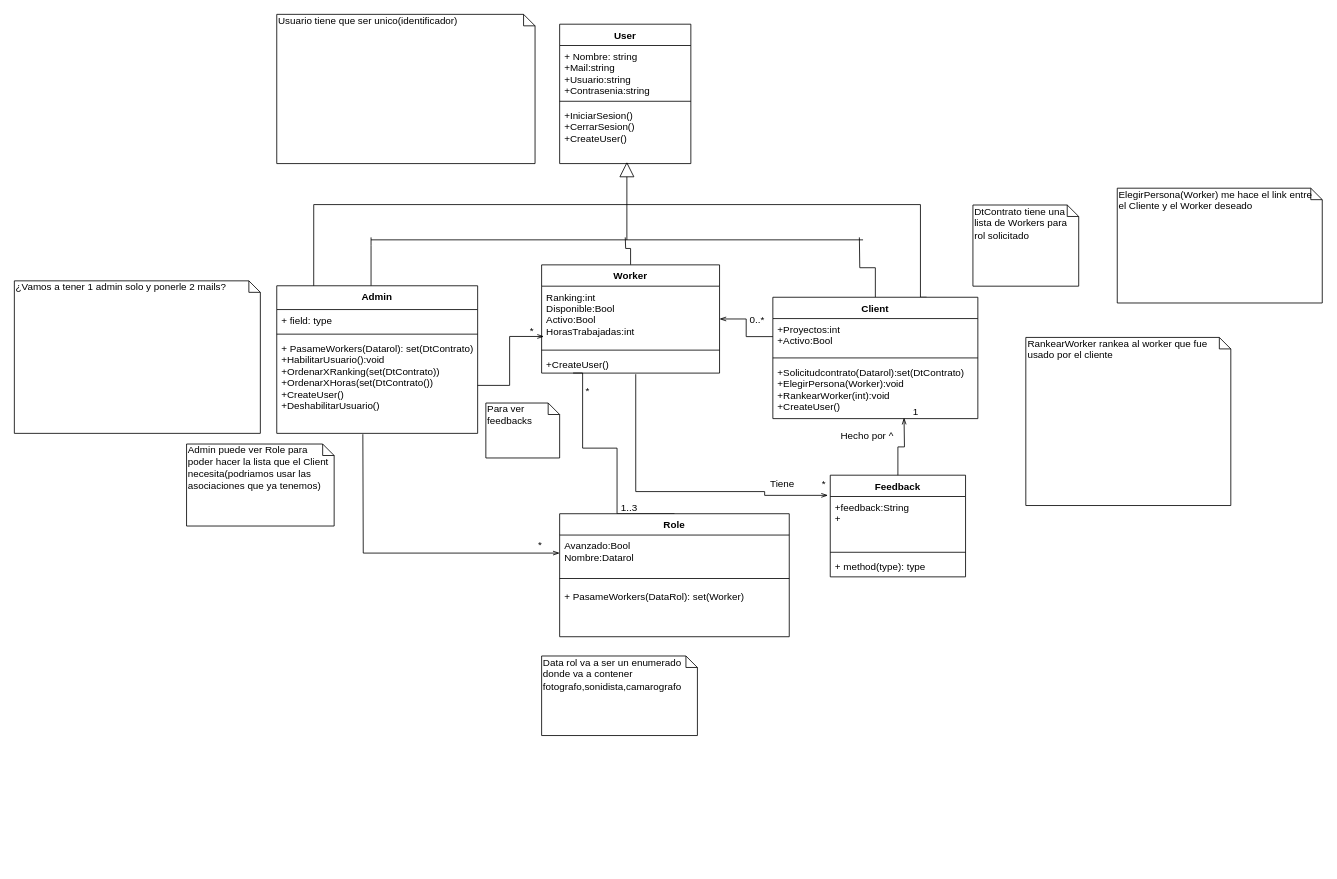
ucudal/pii_2019_equipo8 keeps this draw.io diagram as Ignis.drawio. Above is the earlier version. Source tidied: cells renumbered, new cells numbered last; positions are measured from the earlier drawing's top-left corner, leaving out a move shared by most shapes. Both pictures are drawn from the tidied source at 82%, with x=0, y=0 at pixel (14, 14).
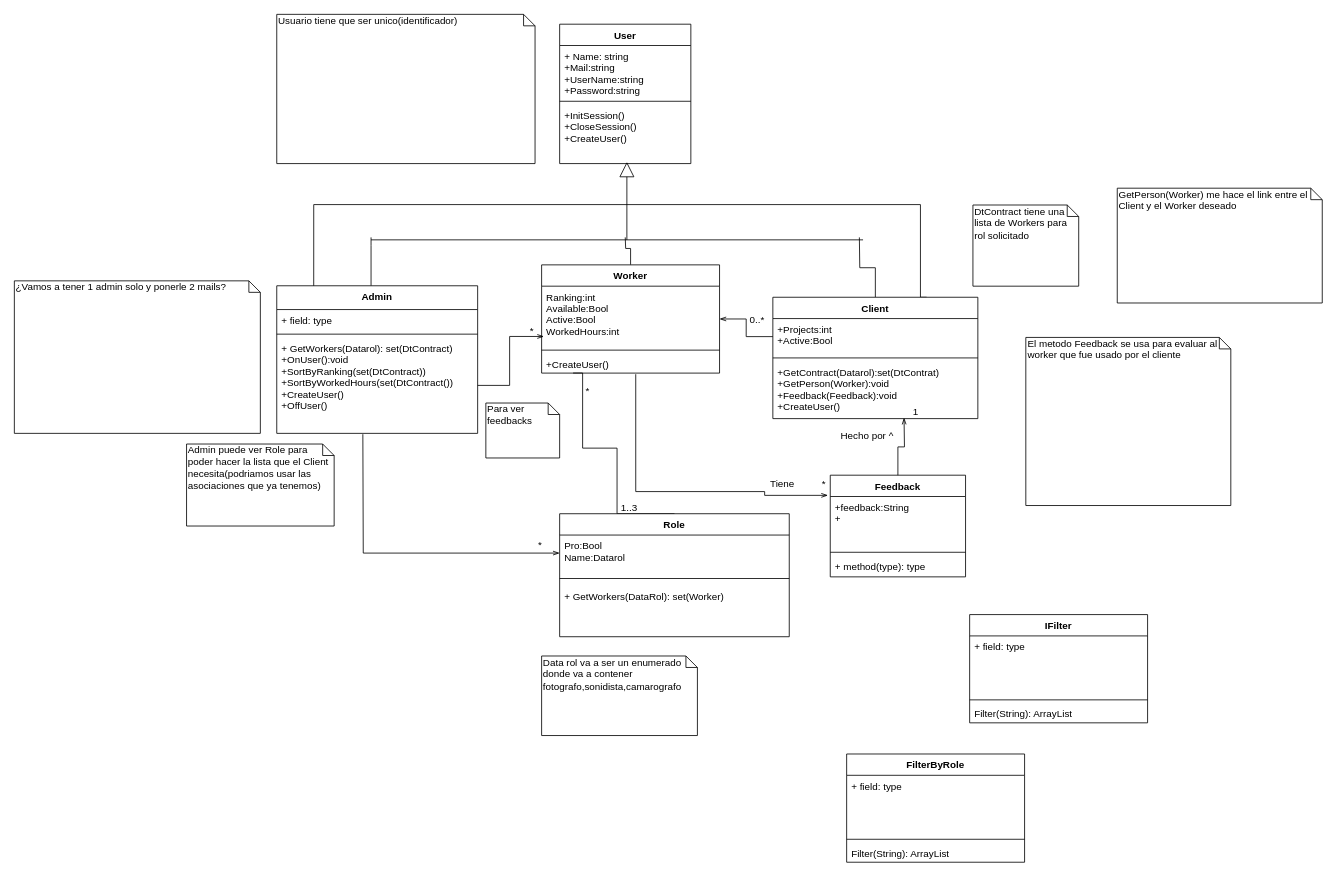
Above is the later version.

Commit message (it also covers changes not shown here):
Agregue 2 txt y modifique el esquema

The change refers to these unchanged cells:
```xml
<mxCell id="2" value="User" style="swimlane;fontStyle=1;align=center;verticalAlign=top;horizontal=1;startSize=26;" parent="1" vertex="1">
  <mxGeometry x="665" y="12" width="160" height="170" as="geometry" />
</mxCell>
<mxCell id="10" value="Worker" style="swimlane;fontStyle=1;align=center;verticalAlign=top;horizontal=1;startSize=26;" parent="1" vertex="1">
  <mxGeometry x="643" y="305.5" width="217" height="132" as="geometry" />
</mxCell>
<mxCell id="16" value="Client" style="swimlane;fontStyle=1;align=center;verticalAlign=top;horizontal=1;startSize=26;" parent="1" vertex="1">
  <mxGeometry x="925" y="345" width="250" height="148" as="geometry" />
</mxCell>
<mxCell id="45" value="Admin" style="swimlane;fontStyle=1;align=center;verticalAlign=top;horizontal=1;startSize=29;" parent="44" vertex="1">
  <mxGeometry width="245" height="180" as="geometry" />
</mxCell>
<mxCell id="49" value="Role" style="swimlane;fontStyle=1;align=center;verticalAlign=top;horizontal=1;startSize=26;" parent="44" vertex="1">
  <mxGeometry x="345" y="278" width="280" height="150" as="geometry" />
</mxCell>
```

Diff of the diagram source:
```diff
@@
-    <mxCell id="3" value="+ Nombre: string&#10;+Mail:string&#10;+Usuario:string&#10;+Contrasenia:string&#10;" style="text;strokeColor=none;fillColor=none;align=left;verticalAlign=top;spacingLeft=4;spacingRight=4;overflow=hidden;" parent="2" vertex="1">
+    <mxCell id="3" value="+ Name: string&#10;+Mail:string&#10;+UserName:string&#10;+Password:string&#10;" style="text;strokeColor=none;fillColor=none;align=left;verticalAlign=top;spacingLeft=4;spacingRight=4;overflow=hidden;" parent="2" vertex="1">
       <mxGeometry y="26" width="160" height="64" as="geometry" />
     </mxCell>
@@
-    <mxCell id="5" value="+IniciarSesion()&#10;+CerrarSesion()&#10;+CreateUser()" style="text;strokeColor=none;fillColor=none;align=left;verticalAlign=top;spacingLeft=4;spacingRight=4;overflow=hidden;" parent="2" vertex="1">
+    <mxCell id="5" value="+InitSession()&#10;+CloseSession()&#10;+CreateUser()" style="text;strokeColor=none;fillColor=none;align=left;verticalAlign=top;spacingLeft=4;spacingRight=4;overflow=hidden;" parent="2" vertex="1">
       <mxGeometry y="98" width="160" height="72" as="geometry" />
     </mxCell>
@@
-    <mxCell id="11" value="Ranking:int&#10;Disponible:Bool&#10;Activo:Bool&#10;HorasTrabajadas:int&#10;" style="text;strokeColor=none;fillColor=none;align=left;verticalAlign=top;spacingLeft=4;spacingRight=4;overflow=hidden;points=[[0,0.5],[1,0.5]];portConstraint=eastwest;" parent="10" vertex="1">
+    <mxCell id="11" value="Ranking:int&#10;Available:Bool&#10;Active:Bool&#10;WorkedHours:int&#10;" style="text;strokeColor=none;fillColor=none;align=left;verticalAlign=top;spacingLeft=4;spacingRight=4;overflow=hidden;points=[[0,0.5],[1,0.5]];portConstraint=eastwest;" parent="10" vertex="1">
       <mxGeometry y="26" width="217" height="74" as="geometry" />
     </mxCell>
@@
-    <mxCell id="17" value="+Proyectos:int&#10;+Activo:Bool&#10;" style="text;strokeColor=none;fillColor=none;align=left;verticalAlign=top;spacingLeft=4;spacingRight=4;overflow=hidden;points=[[0,0.5],[1,0.5]];portConstraint=eastwest;" parent="16" vertex="1">
+    <mxCell id="17" value="+Projects:int&#10;+Active:Bool&#10;" style="text;strokeColor=none;fillColor=none;align=left;verticalAlign=top;spacingLeft=4;spacingRight=4;overflow=hidden;points=[[0,0.5],[1,0.5]];portConstraint=eastwest;" parent="16" vertex="1">
       <mxGeometry y="26" width="250" height="44" as="geometry" />
     </mxCell>
@@
-    <mxCell id="19" value="+Solicitudcontrato(Datarol):set(DtContrato)&#10;+ElegirPersona(Worker):void&#10;+RankearWorker(int):void&#10;+CreateUser()&#10;" style="text;strokeColor=none;fillColor=none;align=left;verticalAlign=top;spacingLeft=4;spacingRight=4;overflow=hidden;" parent="16" vertex="1">
+    <mxCell id="19" value="+GetContract(Datarol):set(DtContrat)&#10;+GetPerson(Worker):void&#10;+Feedback(Feedback):void&#10;+CreateUser()&#10;" style="text;strokeColor=none;fillColor=none;align=left;verticalAlign=top;spacingLeft=4;spacingRight=4;overflow=hidden;" parent="16" vertex="1">
       <mxGeometry y="78" width="250" height="70" as="geometry" />
     </mxCell>
@@
-    <mxCell id="33" value="DtContrato tiene una lista de Workers para rol solicitado" style="shape=note;whiteSpace=wrap;html=1;size=14;verticalAlign=top;align=left;spacingTop=-6;" parent="1" vertex="1">
+    <mxCell id="33" value="DtContract&amp;nbsp;tiene una lista de Workers para rol solicitado" style="shape=note;whiteSpace=wrap;html=1;size=14;verticalAlign=top;align=left;spacingTop=-6;" parent="1" vertex="1">
       <mxGeometry x="1169" y="232.5" width="129" height="99" as="geometry" />
     </mxCell>
@@
-    <mxCell id="38" value="RankearWorker rankea al worker que fue usado por el cliente" style="shape=note;whiteSpace=wrap;html=1;size=14;verticalAlign=top;align=left;spacingTop=-6;" parent="1" vertex="1">
+    <mxCell id="38" value="El metodo Feedback se usa para evaluar al worker que fue usado por el cliente" style="shape=note;whiteSpace=wrap;html=1;size=14;verticalAlign=top;align=left;spacingTop=-6;" parent="1" vertex="1">
       <mxGeometry x="1233.5" y="394" width="250" height="205" as="geometry" />
     </mxCell>
@@
-    <mxCell id="41" value="ElegirPersona(Worker) me hace el link entre el Cliente y el Worker deseado" style="shape=note;whiteSpace=wrap;html=1;size=14;verticalAlign=top;align=left;spacingTop=-6;" parent="1" vertex="1">
+    <mxCell id="41" value="GetPerson(Worker) me hace el link entre el Client y el Worker deseado" style="shape=note;whiteSpace=wrap;html=1;size=14;verticalAlign=top;align=left;spacingTop=-6;" parent="1" vertex="1">
       <mxGeometry x="1345" y="212" width="250" height="140" as="geometry" />
     </mxCell>
@@
-    <mxCell id="48" value="+ PasameWorkers(Datarol): set(DtContrato)&#10;+HabilitarUsuario():void&#10;+OrdenarXRanking(set(DtContrato))&#10;+OrdenarXHoras(set(DtContrato())&#10;+CreateUser()&#10;+DeshabilitarUsuario()&#10;&#10;" style="text;strokeColor=none;fillColor=none;align=left;verticalAlign=top;spacingLeft=4;spacingRight=4;overflow=hidden;points=[[0,0.5],[1,0.5]];portConstraint=eastwest;" parent="45" vertex="1">
+    <mxCell id="48" value="+ GetWorkers(Datarol): set(DtContract)&#10;+OnUser():void&#10;+SortByRanking(set(DtContract))&#10;+SortByWorkedHours(set(DtContract())&#10;+CreateUser()&#10;+OffUser()&#10;&#10;" style="text;strokeColor=none;fillColor=none;align=left;verticalAlign=top;spacingLeft=4;spacingRight=4;overflow=hidden;points=[[0,0.5],[1,0.5]];portConstraint=eastwest;" parent="45" vertex="1">
       <mxGeometry y="63" width="245" height="117" as="geometry" />
     </mxCell>
@@
-    <mxCell id="50" value="Avanzado:Bool&#10;Nombre:Datarol&#10;" style="text;strokeColor=none;fillColor=none;align=left;verticalAlign=top;spacingLeft=4;spacingRight=4;overflow=hidden;points=[[0,0.5],[1,0.5]];portConstraint=eastwest;" parent="49" vertex="1">
+    <mxCell id="50" value="Pro:Bool&#10;Name:Datarol&#10;" style="text;strokeColor=none;fillColor=none;align=left;verticalAlign=top;spacingLeft=4;spacingRight=4;overflow=hidden;points=[[0,0.5],[1,0.5]];portConstraint=eastwest;" parent="49" vertex="1">
       <mxGeometry y="26" width="280" height="44" as="geometry" />
     </mxCell>
@@
-    <mxCell id="52" value="+ PasameWorkers(DataRol): set(Worker)&#10;&#10;" style="text;strokeColor=none;fillColor=none;align=left;verticalAlign=top;spacingLeft=4;spacingRight=4;overflow=hidden;" parent="49" vertex="1">
+    <mxCell id="52" value="+ GetWorkers(DataRol): set(Worker)&#10;&#10;" style="text;strokeColor=none;fillColor=none;align=left;verticalAlign=top;spacingLeft=4;spacingRight=4;overflow=hidden;" parent="49" vertex="1">
       <mxGeometry y="88" width="280" height="62" as="geometry" />
     </mxCell>
@@
+    <mxCell id="56" value="IFilter" style="swimlane;fontStyle=1;align=center;verticalAlign=top;horizontal=1;startSize=26;" parent="1" vertex="1">
+      <mxGeometry x="1165" y="732" width="217" height="132" as="geometry" />
+    </mxCell>
+    <mxCell id="57" value="+ field: type&#10;&#10;" style="text;strokeColor=none;fillColor=none;align=left;verticalAlign=top;spacingLeft=4;spacingRight=4;overflow=hidden;" parent="56" vertex="1">
+      <mxGeometry y="26" width="217" height="74" as="geometry" />
+    </mxCell>
+    <mxCell id="58" style="line;strokeWidth=1;fillColor=none;align=left;verticalAlign=middle;spacingTop=-1;spacingLeft=3;spacingRight=3;labelPosition=right;" parent="56" vertex="1">
+      <mxGeometry y="100" width="217" height="8" as="geometry" />
+    </mxCell>
+    <mxCell id="59" value="Filter(String): ArrayList" style="text;strokeColor=none;fillColor=none;align=left;verticalAlign=top;spacingLeft=4;spacingRight=4;overflow=hidden;" parent="56" vertex="1">
+      <mxGeometry y="108" width="217" height="24" as="geometry" />
+    </mxCell>
+    <mxCell id="60" value="FilterByRole" style="swimlane;fontStyle=1;align=center;verticalAlign=top;horizontal=1;startSize=26;" parent="1" vertex="1">
+      <mxGeometry x="1015" y="902" width="217" height="132" as="geometry" />
+    </mxCell>
+    <mxCell id="61" value="+ field: type&#10;" style="text;strokeColor=none;fillColor=none;align=left;verticalAlign=top;spacingLeft=4;spacingRight=4;overflow=hidden;" parent="60" vertex="1">
+      <mxGeometry y="26" width="217" height="74" as="geometry" />
+    </mxCell>
+    <mxCell id="62" style="line;strokeWidth=1;fillColor=none;align=left;verticalAlign=middle;spacingTop=-1;spacingLeft=3;spacingRight=3;labelPosition=right;" parent="60" vertex="1">
+      <mxGeometry y="100" width="217" height="8" as="geometry" />
+    </mxCell>
+    <mxCell id="63" value="Filter(String): ArrayList" style="text;strokeColor=none;fillColor=none;align=left;verticalAlign=top;spacingLeft=4;spacingRight=4;overflow=hidden;" parent="60" vertex="1">
+      <mxGeometry y="108" width="217" height="24" as="geometry" />
+    </mxCell>
```
